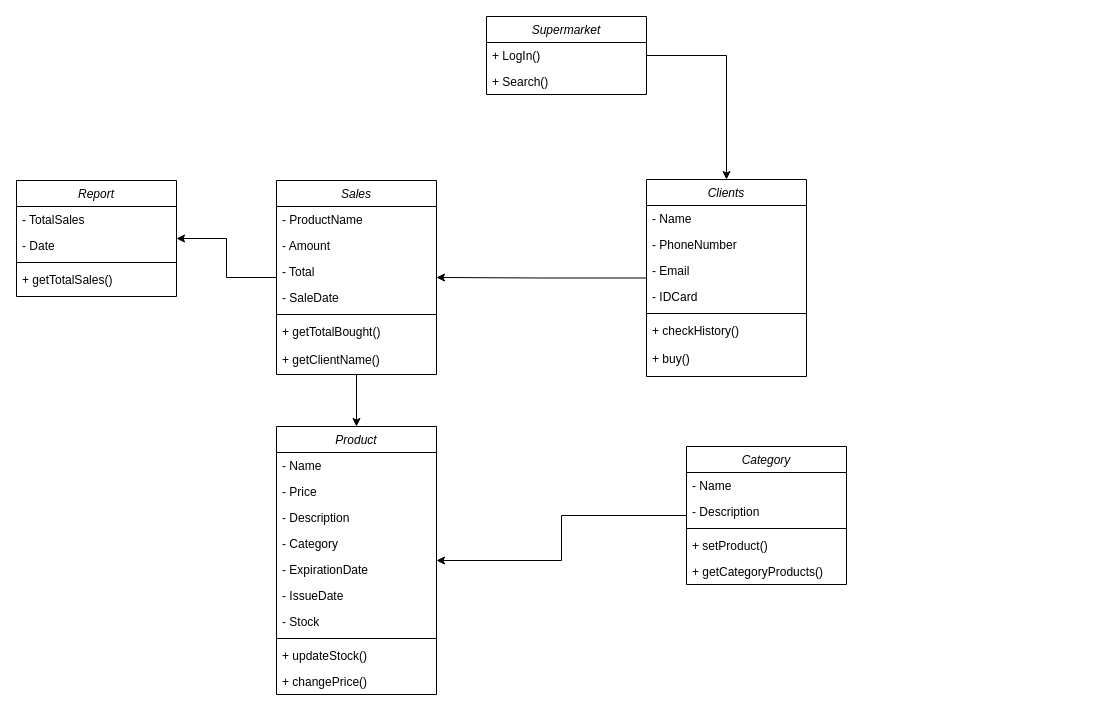
This is Diagrama sin título.drawio from JorgeMartinezSanchez/Progra_II, a draw.io file, before an edit. Source tidied: cells renumbered, new cells numbered last; positions are measured from the earlier drawing's top-left corner, leaving out a move shared by most shapes. Both pictures are drawn from the tidied source at 100%, with x=0, y=0 at pixel (16, 16).
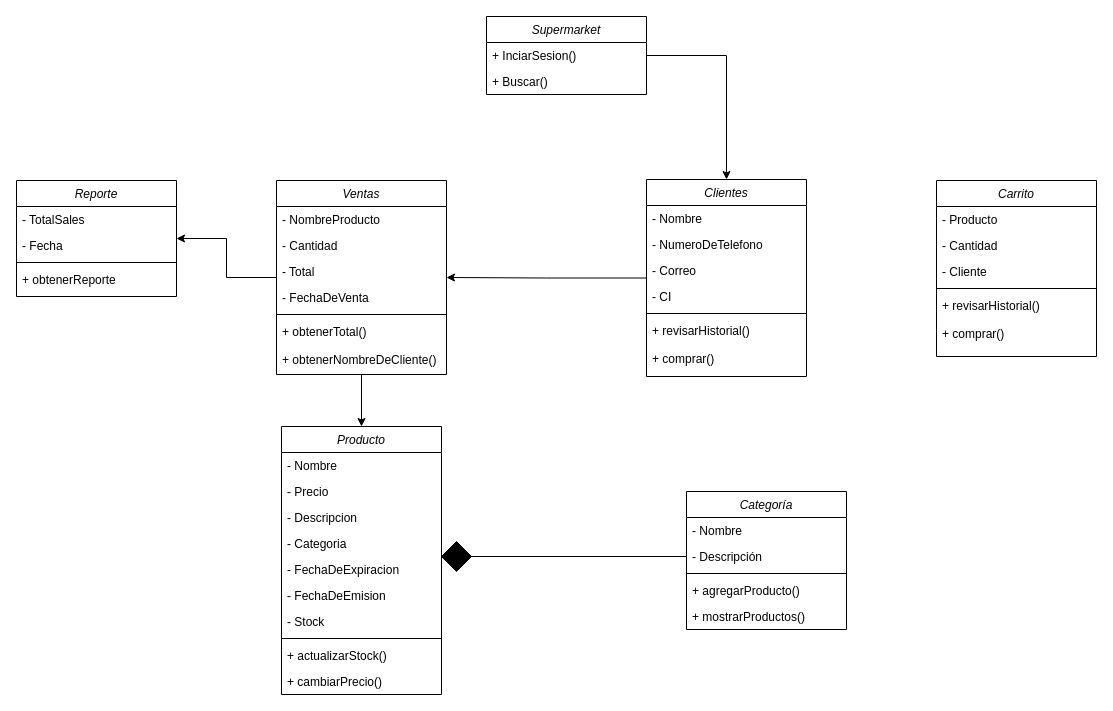
After the change.

Unchanged cells that the change refers to:
```xml
<mxCell id="20" value="Supermarket" style="swimlane;fontStyle=2;align=center;verticalAlign=top;horizontal=1;startSize=26;rounded=0;shadow=0;strokeWidth=1;" parent="1" vertex="1">
  <mxGeometry x="470" width="160" height="78" as="geometry" />
</mxCell>
```

What changed in the source:
```diff
@@
-    <mxCell id="2" value="Product" style="swimlane;fontStyle=2;align=center;verticalAlign=top;horizontal=1;startSize=26;rounded=0;shadow=0;strokeWidth=1;" parent="1" vertex="1">
-      <mxGeometry x="260" y="410" width="160" height="268" as="geometry" />
+    <mxCell id="2" value="Producto" style="swimlane;fontStyle=2;align=center;verticalAlign=top;horizontal=1;startSize=26;rounded=0;shadow=0;strokeWidth=1;" parent="1" vertex="1">
+      <mxGeometry x="265" y="410" width="160" height="268" as="geometry" />
     </mxCell>
-    <mxCell id="3" value="- Name" style="text;align=left;verticalAlign=top;spacingLeft=4;spacingRight=4;overflow=hidden;" parent="2" vertex="1">
+    <mxCell id="3" value="- Nombre" style="text;align=left;verticalAlign=top;spacingLeft=4;spacingRight=4;overflow=hidden;" parent="2" vertex="1">
       <mxGeometry y="26" width="160" height="26" as="geometry" />
     </mxCell>
-    <mxCell id="4" value="- Price" style="text;align=left;verticalAlign=top;spacingLeft=4;spacingRight=4;overflow=hidden;rounded=0;shadow=0;html=0;" parent="2" vertex="1">
+    <mxCell id="4" value="- Precio" style="text;align=left;verticalAlign=top;spacingLeft=4;spacingRight=4;overflow=hidden;rounded=0;shadow=0;html=0;" parent="2" vertex="1">
       <mxGeometry y="52" width="160" height="26" as="geometry" />
     </mxCell>
-    <mxCell id="5" value="- Description" style="text;align=left;verticalAlign=top;spacingLeft=4;spacingRight=4;overflow=hidden;rounded=0;shadow=0;html=0;" parent="2" vertex="1">
+    <mxCell id="5" value="- Descripcion" style="text;align=left;verticalAlign=top;spacingLeft=4;spacingRight=4;overflow=hidden;rounded=0;shadow=0;html=0;" parent="2" vertex="1">
       <mxGeometry y="78" width="160" height="26" as="geometry" />
     </mxCell>
-    <mxCell id="6" value="- Category" style="text;align=left;verticalAlign=top;spacingLeft=4;spacingRight=4;overflow=hidden;rounded=0;shadow=0;html=0;" parent="2" vertex="1">
+    <mxCell id="6" value="- Categoria" style="text;align=left;verticalAlign=top;spacingLeft=4;spacingRight=4;overflow=hidden;rounded=0;shadow=0;html=0;" parent="2" vertex="1">
       <mxGeometry y="104" width="160" height="26" as="geometry" />
     </mxCell>
-    <mxCell id="7" value="- ExpirationDate" style="text;align=left;verticalAlign=top;spacingLeft=4;spacingRight=4;overflow=hidden;rounded=0;shadow=0;html=0;" parent="2" vertex="1">
+    <mxCell id="7" value="- FechaDeExpiracion" style="text;align=left;verticalAlign=top;spacingLeft=4;spacingRight=4;overflow=hidden;rounded=0;shadow=0;html=0;" parent="2" vertex="1">
       <mxGeometry y="130" width="160" height="26" as="geometry" />
     </mxCell>
-    <mxCell id="8" value="- IssueDate" style="text;align=left;verticalAlign=top;spacingLeft=4;spacingRight=4;overflow=hidden;rounded=0;shadow=0;html=0;" parent="2" vertex="1">
+    <mxCell id="8" value="- FechaDeEmision" style="text;align=left;verticalAlign=top;spacingLeft=4;spacingRight=4;overflow=hidden;rounded=0;shadow=0;html=0;" parent="2" vertex="1">
       <mxGeometry y="156" width="160" height="26" as="geometry" />
     </mxCell>
@@
-    <mxCell id="11" value="+ updateStock()" style="text;align=left;verticalAlign=top;spacingLeft=4;spacingRight=4;overflow=hidden;" parent="2" vertex="1">
+    <mxCell id="11" value="+ actualizarStock()" style="text;align=left;verticalAlign=top;spacingLeft=4;spacingRight=4;overflow=hidden;" parent="2" vertex="1">
       <mxGeometry y="216" width="160" height="26" as="geometry" />
     </mxCell>
-    <mxCell id="12" value="+ changePrice()" style="text;align=left;verticalAlign=top;spacingLeft=4;spacingRight=4;overflow=hidden;" parent="2" vertex="1">
+    <mxCell id="12" value="+ cambiarPrecio()" style="text;align=left;verticalAlign=top;spacingLeft=4;spacingRight=4;overflow=hidden;" parent="2" vertex="1">
       <mxGeometry y="242" width="160" height="26" as="geometry" />
     </mxCell>
-    <mxCell id="13" style="edgeStyle=orthogonalEdgeStyle;rounded=0;jettySize=auto;html=1;" parent="1" edge="1" source="14" target="2">
-      <mxGeometry relative="1" as="geometry" />
-    </mxCell>
-    <mxCell id="14" value="Category" style="swimlane;fontStyle=2;align=center;verticalAlign=top;horizontal=1;startSize=26;rounded=0;shadow=0;strokeWidth=1;" parent="1" vertex="1">
-      <mxGeometry x="670" y="430" width="160" height="138" as="geometry" />
+    <mxCell id="14" value="Categoría" style="swimlane;fontStyle=2;align=center;verticalAlign=top;horizontal=1;startSize=26;rounded=0;shadow=0;strokeWidth=1;" parent="1" vertex="1">
+      <mxGeometry x="670" y="475" width="160" height="138" as="geometry" />
     </mxCell>
-    <mxCell id="15" value="- Name" style="text;align=left;verticalAlign=top;spacingLeft=4;spacingRight=4;overflow=hidden;" parent="14" vertex="1">
+    <mxCell id="15" value="- Nombre" style="text;align=left;verticalAlign=top;spacingLeft=4;spacingRight=4;overflow=hidden;" parent="14" vertex="1">
       <mxGeometry y="26" width="160" height="26" as="geometry" />
     </mxCell>
-    <mxCell id="16" value="- Description" style="text;align=left;verticalAlign=top;spacingLeft=4;spacingRight=4;overflow=hidden;points=[[0,0.5],[1,0.5]];portConstraint=eastwest;" parent="14" vertex="1">
+    <mxCell id="16" value="- Descripción" style="text;align=left;verticalAlign=top;spacingLeft=4;spacingRight=4;overflow=hidden;points=[[0,0.5],[1,0.5]];portConstraint=eastwest;" parent="14" vertex="1">
       <mxGeometry y="52" width="160" height="26" as="geometry" />
     </mxCell>
@@
-    <mxCell id="18" value="+ setProduct()" style="text;align=left;verticalAlign=top;spacingLeft=4;spacingRight=4;overflow=hidden;" parent="14" vertex="1">
+    <mxCell id="18" value="+ agregarProducto()" style="text;align=left;verticalAlign=top;spacingLeft=4;spacingRight=4;overflow=hidden;" parent="14" vertex="1">
       <mxGeometry y="86" width="160" height="26" as="geometry" />
     </mxCell>
-    <mxCell id="19" value="+ getCategoryProducts()" style="text;align=left;verticalAlign=top;spacingLeft=4;spacingRight=4;overflow=hidden;" parent="14" vertex="1">
+    <mxCell id="19" value="+ mostrarProductos()" style="text;align=left;verticalAlign=top;spacingLeft=4;spacingRight=4;overflow=hidden;" parent="14" vertex="1">
       <mxGeometry y="112" width="160" height="26" as="geometry" />
     </mxCell>
@@
-    <mxCell id="21" value="+ LogIn()" style="text;align=left;verticalAlign=top;spacingLeft=4;spacingRight=4;overflow=hidden;points=[[0,0.5],[1,0.5]];portConstraint=eastwest;" parent="20" vertex="1">
+    <mxCell id="21" value="+ InciarSesion()" style="text;align=left;verticalAlign=top;spacingLeft=4;spacingRight=4;overflow=hidden;points=[[0,0.5],[1,0.5]];portConstraint=eastwest;" parent="20" vertex="1">
       <mxGeometry y="26" width="160" height="26" as="geometry" />
     </mxCell>
-    <mxCell id="22" value="+ Search()" style="text;align=left;verticalAlign=top;spacingLeft=4;spacingRight=4;overflow=hidden;" parent="20" vertex="1">
+    <mxCell id="22" value="+ Buscar()" style="text;align=left;verticalAlign=top;spacingLeft=4;spacingRight=4;overflow=hidden;" parent="20" vertex="1">
       <mxGeometry y="52" width="160" height="26" as="geometry" />
     </mxCell>
@@
-    <mxCell id="24" value="Clients" style="swimlane;fontStyle=2;align=center;verticalAlign=top;horizontal=1;startSize=26;rounded=0;shadow=0;strokeWidth=1;" parent="1" vertex="1">
+    <mxCell id="24" value="Clientes" style="swimlane;fontStyle=2;align=center;verticalAlign=top;horizontal=1;startSize=26;rounded=0;shadow=0;strokeWidth=1;" parent="1" vertex="1">
       <mxGeometry x="630" y="163" width="160" height="197" as="geometry" />
     </mxCell>
-    <mxCell id="25" value="- Name" style="text;align=left;verticalAlign=top;spacingLeft=4;spacingRight=4;overflow=hidden;" parent="24" vertex="1">
+    <mxCell id="25" value="- Nombre" style="text;align=left;verticalAlign=top;spacingLeft=4;spacingRight=4;overflow=hidden;" parent="24" vertex="1">
       <mxGeometry y="26" width="160" height="26" as="geometry" />
     </mxCell>
-    <mxCell id="26" value="- PhoneNumber" style="text;align=left;verticalAlign=top;spacingLeft=4;spacingRight=4;overflow=hidden;rounded=0;shadow=0;html=0;" parent="24" vertex="1">
+    <mxCell id="26" value="- NumeroDeTelefono" style="text;align=left;verticalAlign=top;spacingLeft=4;spacingRight=4;overflow=hidden;rounded=0;shadow=0;html=0;" parent="24" vertex="1">
       <mxGeometry y="52" width="160" height="26" as="geometry" />
     </mxCell>
-    <mxCell id="27" value="- Email" style="text;align=left;verticalAlign=top;spacingLeft=4;spacingRight=4;overflow=hidden;rounded=0;shadow=0;html=0;" parent="24" vertex="1">
+    <mxCell id="27" value="- Correo" style="text;align=left;verticalAlign=top;spacingLeft=4;spacingRight=4;overflow=hidden;rounded=0;shadow=0;html=0;" parent="24" vertex="1">
       <mxGeometry y="78" width="160" height="26" as="geometry" />
     </mxCell>
-    <mxCell id="28" value="- IDCard" style="text;align=left;verticalAlign=top;spacingLeft=4;spacingRight=4;overflow=hidden;rounded=0;shadow=0;html=0;" parent="24" vertex="1">
+    <mxCell id="28" value="- CI" style="text;align=left;verticalAlign=top;spacingLeft=4;spacingRight=4;overflow=hidden;rounded=0;shadow=0;html=0;" parent="24" vertex="1">
       <mxGeometry y="104" width="160" height="26" as="geometry" />
     </mxCell>
@@
-    <mxCell id="30" value="+ checkHistory()" style="text;align=left;verticalAlign=top;spacingLeft=4;spacingRight=4;overflow=hidden;" parent="24" vertex="1">
+    <mxCell id="30" value="+ revisarHistorial()" style="text;align=left;verticalAlign=top;spacingLeft=4;spacingRight=4;overflow=hidden;" parent="24" vertex="1">
       <mxGeometry y="138" width="160" height="28" as="geometry" />
     </mxCell>
-    <mxCell id="31" value="+ buy()" style="text;align=left;verticalAlign=top;spacingLeft=4;spacingRight=4;overflow=hidden;" parent="24" vertex="1">
+    <mxCell id="31" value="+ comprar()" style="text;align=left;verticalAlign=top;spacingLeft=4;spacingRight=4;overflow=hidden;" parent="24" vertex="1">
       <mxGeometry y="166" width="160" height="28" as="geometry" />
     </mxCell>
@@
-    <mxCell id="34" value="Sales" style="swimlane;fontStyle=2;align=center;verticalAlign=top;horizontal=1;startSize=26;rounded=0;shadow=0;strokeWidth=1;" parent="1" vertex="1">
-      <mxGeometry x="260" y="164" width="160" height="194" as="geometry" />
+    <mxCell id="34" value="Ventas" style="swimlane;fontStyle=2;align=center;verticalAlign=top;horizontal=1;startSize=26;rounded=0;shadow=0;strokeWidth=1;" parent="1" vertex="1">
+      <mxGeometry x="260" y="164" width="170" height="194" as="geometry" />
     </mxCell>
-    <mxCell id="35" value="- ProductName" style="text;align=left;verticalAlign=top;spacingLeft=4;spacingRight=4;overflow=hidden;" parent="34" vertex="1">
-      <mxGeometry y="26" width="160" height="26" as="geometry" />
+    <mxCell id="35" value="- NombreProducto" style="text;align=left;verticalAlign=top;spacingLeft=4;spacingRight=4;overflow=hidden;" parent="34" vertex="1">
+      <mxGeometry y="26" width="170" height="26" as="geometry" />
     </mxCell>
-    <mxCell id="36" value="- Amount" style="text;align=left;verticalAlign=top;spacingLeft=4;spacingRight=4;overflow=hidden;rounded=0;shadow=0;html=0;" parent="34" vertex="1">
-      <mxGeometry y="52" width="160" height="26" as="geometry" />
+    <mxCell id="36" value="- Cantidad" style="text;align=left;verticalAlign=top;spacingLeft=4;spacingRight=4;overflow=hidden;rounded=0;shadow=0;html=0;" parent="34" vertex="1">
+      <mxGeometry y="52" width="170" height="26" as="geometry" />
     </mxCell>
     <mxCell id="37" value="- Total" style="text;align=left;verticalAlign=top;spacingLeft=4;spacingRight=4;overflow=hidden;rounded=0;shadow=0;html=0;" parent="34" vertex="1">
-      <mxGeometry y="78" width="160" height="26" as="geometry" />
+      <mxGeometry y="78" width="170" height="26" as="geometry" />
     </mxCell>
-    <mxCell id="38" value="- SaleDate" style="text;align=left;verticalAlign=top;spacingLeft=4;spacingRight=4;overflow=hidden;rounded=0;shadow=0;html=0;" parent="34" vertex="1">
-      <mxGeometry y="104" width="160" height="26" as="geometry" />
+    <mxCell id="38" value="- FechaDeVenta" style="text;align=left;verticalAlign=top;spacingLeft=4;spacingRight=4;overflow=hidden;rounded=0;shadow=0;html=0;" parent="34" vertex="1">
+      <mxGeometry y="104" width="170" height="26" as="geometry" />
     </mxCell>
     <mxCell id="39" style="line;html=1;strokeWidth=1;align=left;verticalAlign=middle;spacingTop=-1;spacingLeft=3;spacingRight=3;labelPosition=right;" parent="34" vertex="1">
-      <mxGeometry y="130" width="160" height="8" as="geometry" />
+      <mxGeometry y="130" width="170" height="8" as="geometry" />
     </mxCell>
-    <mxCell id="40" value="+ getTotalBought()" style="text;align=left;verticalAlign=top;spacingLeft=4;spacingRight=4;overflow=hidden;" parent="34" vertex="1">
-      <mxGeometry y="138" width="160" height="28" as="geometry" />
+    <mxCell id="40" value="+ obtenerTotal()" style="text;align=left;verticalAlign=top;spacingLeft=4;spacingRight=4;overflow=hidden;" parent="34" vertex="1">
+      <mxGeometry y="138" width="170" height="28" as="geometry" />
     </mxCell>
-    <mxCell id="41" value="+ getClientName()" style="text;align=left;verticalAlign=top;spacingLeft=4;spacingRight=4;overflow=hidden;" parent="34" vertex="1">
-      <mxGeometry y="166" width="160" height="28" as="geometry" />
+    <mxCell id="41" value="+ obtenerNombreDeCliente()" style="text;align=left;verticalAlign=top;spacingLeft=4;spacingRight=4;overflow=hidden;" parent="34" vertex="1">
+      <mxGeometry y="166" width="170" height="28" as="geometry" />
     </mxCell>
-    <mxCell id="42" value="Report" style="swimlane;fontStyle=2;align=center;verticalAlign=top;horizontal=1;startSize=26;rounded=0;shadow=0;strokeWidth=1;" parent="1" vertex="1">
+    <mxCell id="42" value="Reporte" style="swimlane;fontStyle=2;align=center;verticalAlign=top;horizontal=1;startSize=26;rounded=0;shadow=0;strokeWidth=1;" parent="1" vertex="1">
       <mxGeometry y="164" width="160" height="116" as="geometry" />
     </mxCell>
@@
-    <mxCell id="44" value="- Date" style="text;align=left;verticalAlign=top;spacingLeft=4;spacingRight=4;overflow=hidden;rounded=0;shadow=0;html=0;" parent="42" vertex="1">
+    <mxCell id="44" value="- Fecha" style="text;align=left;verticalAlign=top;spacingLeft=4;spacingRight=4;overflow=hidden;rounded=0;shadow=0;html=0;" parent="42" vertex="1">
       <mxGeometry y="52" width="160" height="26" as="geometry" />
     </mxCell>
@@
-    <mxCell id="46" value="+ getTotalSales()" style="text;align=left;verticalAlign=top;spacingLeft=4;spacingRight=4;overflow=hidden;" parent="42" vertex="1">
+    <mxCell id="46" value="+ obtenerReporte" style="text;align=left;verticalAlign=top;spacingLeft=4;spacingRight=4;overflow=hidden;" parent="42" vertex="1">
       <mxGeometry y="86" width="160" height="28" as="geometry" />
     </mxCell>
@@
+    <mxCell id="48" style="rhombus;whiteSpace=wrap;html=1;fillStyle=solid;strokeColor=#000000;fontColor=#000000;gradientColor=none;gradientDirection=radial;fillColor=light-dark(#000000,#EDEDED);" parent="1" vertex="1">
+      <mxGeometry x="425" y="525" width="30" height="30" as="geometry" />
+    </mxCell>
+    <mxCell id="49" style="edgeStyle=orthogonalEdgeStyle;rounded=0;jettySize=auto;html=1;entryX=1;entryY=0.5;entryDx=0;entryDy=0;endArrow=none;" parent="1" edge="1" source="16" target="48">
+      <mxGeometry relative="1" as="geometry" />
+    </mxCell>
+    <mxCell id="50" value="Carrito" style="swimlane;fontStyle=2;align=center;verticalAlign=top;horizontal=1;startSize=26;rounded=0;shadow=0;strokeWidth=1;" parent="1" vertex="1">
+      <mxGeometry x="920" y="164" width="160" height="176" as="geometry" />
+    </mxCell>
+    <mxCell id="51" value="- Producto" style="text;align=left;verticalAlign=top;spacingLeft=4;spacingRight=4;overflow=hidden;" parent="50" vertex="1">
+      <mxGeometry y="26" width="160" height="26" as="geometry" />
+    </mxCell>
+    <mxCell id="52" value="- Cantidad" style="text;align=left;verticalAlign=top;spacingLeft=4;spacingRight=4;overflow=hidden;rounded=0;shadow=0;html=0;" parent="50" vertex="1">
+      <mxGeometry y="52" width="160" height="26" as="geometry" />
+    </mxCell>
+    <mxCell id="53" value="- Cliente" style="text;align=left;verticalAlign=top;spacingLeft=4;spacingRight=4;overflow=hidden;rounded=0;shadow=0;html=0;" parent="50" vertex="1">
+      <mxGeometry y="78" width="160" height="26" as="geometry" />
+    </mxCell>
+    <mxCell id="54" style="line;html=1;strokeWidth=1;align=left;verticalAlign=middle;spacingTop=-1;spacingLeft=3;spacingRight=3;labelPosition=right;" parent="50" vertex="1">
+      <mxGeometry y="104" width="160" height="8" as="geometry" />
+    </mxCell>
+    <mxCell id="55" value="+ revisarHistorial()" style="text;align=left;verticalAlign=top;spacingLeft=4;spacingRight=4;overflow=hidden;" parent="50" vertex="1">
+      <mxGeometry y="112" width="160" height="28" as="geometry" />
+    </mxCell>
+    <mxCell id="56" value="+ comprar()" style="text;align=left;verticalAlign=top;spacingLeft=4;spacingRight=4;overflow=hidden;" parent="50" vertex="1">
+      <mxGeometry y="140" width="160" height="28" as="geometry" />
+    </mxCell>
```
